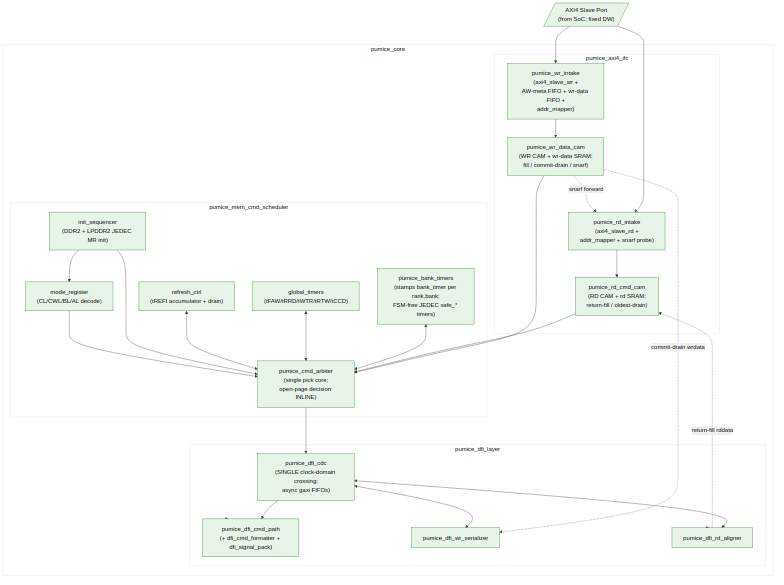
The Mermaid diagram projects/components/mem-ctrl-ip/research-ip/pumice-ddr2-lpddr2/docs/pumice_has/assets/mermaid/01_block_diagram.png in sean-galloway/RTLDesignSherpa, before a commit. Its source is kept beside it as projects/components/mem-ctrl-ip/research-ip/pumice-ddr2-lpddr2/docs/pumice_has/assets/mermaid/01_block_diagram.mmd.
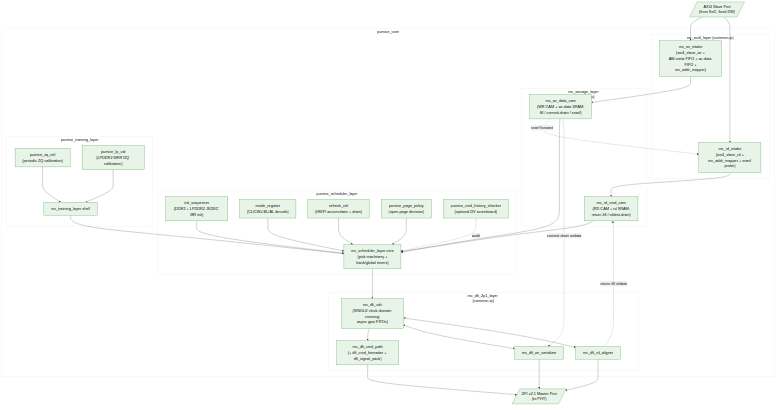
After the change.

Change to the diagram source:
```diff
@@ -2,54 +2,66 @@
 flowchart TB
     subgraph CORE["pumice_core"]
 
-        subgraph IFC["pumice_axi4_ifc"]
-            wr_intake["pumice_wr_intake<br/>(axi4_slave_wr +<br/>AW-meta FIFO + wr-data FIFO +<br/>addr_mapper)"]
-            rd_intake["pumice_rd_intake<br/>(axi4_slave_rd +<br/>addr_mapper + snarf probe)"]
-            wr_data_cam["pumice_wr_data_cam<br/>(WR CAM + wr-data SRAM;<br/>fill / commit-drain / snarf)"]
-            rd_cmd_cam["pumice_rd_cmd_cam<br/>(RD CAM + rd SRAM;<br/>return-fill / oldest-drain)"]
+        subgraph AXI["mc_axi4_layer (common-ip)"]
+            wr_intake["mc_wr_intake<br/>(axi4_slave_wr +<br/>AW-meta FIFO + wr-data FIFO +<br/>mc_addr_mapper)"]
+            rd_intake["mc_rd_intake<br/>(axi4_slave_rd +<br/>mc_addr_mapper + snarf probe)"]
         end
 
-        subgraph SCHED["pumice_mem_cmd_scheduler"]
-            cmd_arbiter["pumice_cmd_arbiter<br/>(single pick core;<br/>open-page decision INLINE)"]
-            bank_timers["pumice_bank_timers<br/>(stamps bank_timer per rank,bank;<br/>FSM-free JEDEC safe_* timers)"]
-            global_timers["global_timers<br/>(tFAW/tRRD/tWTR/tRTW/tCCD)"]
-            refresh_ctrl["refresh_ctrl<br/>(tREFI accumulator + drain)"]
+        subgraph STOR["mc_storage_layer (common-ip)"]
+            wr_data_cam["mc_wr_data_cam<br/>(WR CAM + wr-data SRAM;<br/>fill / commit-drain / snarf)"]
+            rd_cmd_cam["mc_rd_cmd_cam<br/>(RD CAM + rd SRAM;<br/>return-fill / oldest-drain)"]
+        end
+
+        subgraph SCHED["pumice_scheduler_layer"]
+            sched_core["mc_scheduler_layer core<br/>(pick machinery +<br/>bank/global timers)"]
             init_sequencer["init_sequencer<br/>(DDR2 + LPDDR2 JEDEC MR init)"]
             mode_register["mode_register<br/>(CL/CWL/BL/AL decode)"]
+            refresh_ctrl["refresh_ctrl<br/>(tREFI accumulator + drain)"]
+            page_policy["pumice_page_policy<br/>(open-page decision)"]
+            cmd_hist["pumice_cmd_history_checker<br/>(optional DV scoreboard)"]
         end
 
-        subgraph DFI["pumice_dfi_layer"]
-            dfi_cdc["pumice_dfi_cdc<br/>(SINGLE clock-domain crossing;<br/>async gaxi FIFOs)"]
-            dfi_cmd_path["pumice_dfi_cmd_path<br/>(+ dfi_cmd_formatter + dfi_signal_pack)"]
-            dfi_wr_ser["pumice_dfi_wr_serializer"]
-            dfi_rd_align["pumice_dfi_rd_aligner"]
+        subgraph TRN["pumice_training_layer"]
+            trn_shell["mc_training_layer shell"]
+            zq_ctrl["pumice_zq_ctrl<br/>(periodic ZQ calibration)"]
+            lp_cal["pumice_lp_cal<br/>(LPDDR2 MRR DQ calibration)"]
+        end
+
+        subgraph DFI["mc_dfi_2p1_layer (common-ip)"]
+            dfi_cdc["mc_dfi_cdc<br/>(SINGLE clock-domain crossing;<br/>async gaxi FIFOs)"]
+            dfi_cmd_path["mc_dfi_cmd_path<br/>(+ dfi_cmd_formatter + dfi_signal_pack)"]
+            dfi_wr_ser["mc_dfi_wr_serializer"]
+            dfi_rd_align["mc_dfi_rd_aligner"]
         end
 
     end
 
-    AXI[/"AXI4 Slave Port<br/>(from SoC; fixed DW)"/] --> wr_intake
-    AXI --> rd_intake
+    AXI_PORT[/"AXI4 Slave Port<br/>(from SoC; fixed DW)"/] --> wr_intake
+    AXI_PORT --> rd_intake
 
     wr_intake --> wr_data_cam
     rd_intake --> rd_cmd_cam
     wr_data_cam -. snarf forward .-> rd_intake
 
-    wr_data_cam --> cmd_arbiter
-    rd_cmd_cam --> cmd_arbiter
-    bank_timers <--> cmd_arbiter
-    global_timers <--> cmd_arbiter
-    refresh_ctrl <--> cmd_arbiter
-    init_sequencer --> cmd_arbiter
-    mode_register --> cmd_arbiter
-    init_sequencer --> mode_register
+    wr_data_cam --> sched_core
+    rd_cmd_cam --> sched_core
+    init_sequencer --> sched_core
+    mode_register --> sched_core
+    refresh_ctrl --> sched_core
+    page_policy --> sched_core
+    cmd_hist -. audit .-> sched_core
 
-    cmd_arbiter --> dfi_cdc
+    zq_ctrl --> trn_shell
+    lp_cal --> trn_shell
+    trn_shell --> sched_core
+
+    sched_core --> dfi_cdc
     wr_data_cam -. commit-drain wrdata .-> dfi_wr_ser
     dfi_rd_align -. return-fill rddata .-> rd_cmd_cam
 
     dfi_cdc --> dfi_cmd_path
     dfi_cdc <--> dfi_wr_ser
     dfi_cdc <--> dfi_rd_align
-    dfi_cmd_path --> DFI[/"DFI v2.1 Master Port<br/>(to PHY)"/]
-    dfi_wr_ser --> DFI
-    dfi_rd_align --> DFI
+    dfi_cmd_path --> DFI_PORT[/"DFI v2.1 Master Port<br/>(to PHY)"/]
+    dfi_wr_ser --> DFI_PORT
+    dfi_rd_align --> DFI_PORT
```
